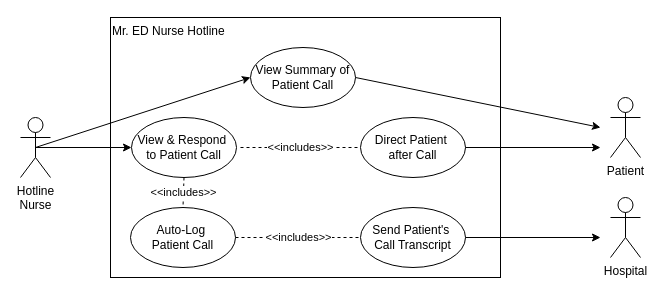
Above: AmirWork/M1/Nurse_Hotline_UseCaseDiagram.drawio in SENG-350-2024-fall/Team9 (draw.io), before the change. Source tidied: cells renumbered, new cells numbered last; positions are measured from the earlier drawing's top-left corner, leaving out a move shared by most shapes. Both pictures are drawn from the tidied source at 100%, with x=0, y=0 at pixel (20, 17).
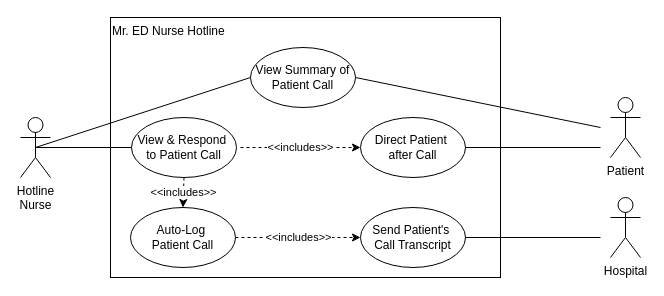
The same page after the edit.

Unchanged cells that the change refers to:
```xml
<mxCell id="3" value="Hotline&lt;div&gt;&lt;span style=&quot;background-color: initial;&quot;&gt;Nurse&lt;/span&gt;&lt;/div&gt;" style="shape=umlActor;verticalLabelPosition=bottom;verticalAlign=top;html=1;outlineConnect=0;align=center;" parent="1" vertex="1">
  <mxGeometry y="100" width="30" height="60" as="geometry" />
</mxCell>
<mxCell id="4" value="View &amp;amp; Respond&amp;nbsp;&lt;div&gt;to Patient Call&lt;/div&gt;" style="ellipse;whiteSpace=wrap;html=1;" parent="1" vertex="1">
  <mxGeometry x="111" y="100" width="105" height="60" as="geometry" />
</mxCell>
<mxCell id="5" value="View Summary of Patient Call" style="ellipse;whiteSpace=wrap;html=1;" parent="1" vertex="1">
  <mxGeometry x="230" y="30" width="105" height="60" as="geometry" />
</mxCell>
<mxCell id="6" value="Auto-Log&amp;nbsp;&lt;br&gt;Patient Call" style="ellipse;whiteSpace=wrap;html=1;" parent="1" vertex="1">
  <mxGeometry x="110" y="190" width="105" height="60" as="geometry" />
</mxCell>
<mxCell id="7" value="Send Patient's&amp;nbsp;&lt;div&gt;Call Transcript&lt;/div&gt;" style="ellipse;whiteSpace=wrap;html=1;" parent="1" vertex="1">
  <mxGeometry x="340" y="190" width="105" height="60" as="geometry" />
</mxCell>
<mxCell id="8" value="&lt;div&gt;Direct Patient&amp;nbsp;&lt;/div&gt;&lt;div&gt;after Call&lt;/div&gt;" style="ellipse;whiteSpace=wrap;html=1;" parent="1" vertex="1">
  <mxGeometry x="340" y="100" width="105" height="60" as="geometry" />
</mxCell>
```

Change to the diagram source:
```diff
@@
-    <mxCell id="9" style="endArrow=classic;html=1;rounded=0;entryX=0;entryY=0.5;entryDx=0;entryDy=0;exitX=0.5;exitY=0.5;exitDx=0;exitDy=0;exitPerimeter=0;textOpacity=0;" parent="1" edge="1" source="3" target="4">
+    <mxCell id="9" style="endArrow=none;html=1;rounded=0;entryX=0;entryY=0.5;entryDx=0;entryDy=0;exitX=0.5;exitY=0.5;exitDx=0;exitDy=0;exitPerimeter=0;textOpacity=0;endFill=0;" parent="1" edge="1" source="3" target="4">
       <mxGeometry relative="1" as="geometry" />
     </mxCell>
-    <mxCell id="10" style="endArrow=classic;html=1;rounded=0;entryX=0;entryY=0.5;entryDx=0;entryDy=0;exitX=0.5;exitY=0.5;exitDx=0;exitDy=0;exitPerimeter=0;" parent="1" edge="1" source="3" target="5">
+    <mxCell id="10" style="endArrow=none;html=1;rounded=0;entryX=0;entryY=0.5;entryDx=0;entryDy=0;exitX=0.5;exitY=0.5;exitDx=0;exitDy=0;exitPerimeter=0;endFill=0;" parent="1" edge="1" source="3" target="5">
       <mxGeometry relative="1" as="geometry" />
     </mxCell>
-    <mxCell id="11" value="&amp;lt;&amp;lt;includes&amp;gt;&amp;gt;" style="endArrow=none;dashed=1;html=1;rounded=0;entryX=0;entryY=0.5;entryDx=0;entryDy=0;exitX=1;exitY=0.5;exitDx=0;exitDy=0;" parent="1" edge="1" source="6" target="7">
+    <mxCell id="11" value="&amp;lt;&amp;lt;includes&amp;gt;&amp;gt;" style="endArrow=classic;dashed=1;html=1;rounded=0;entryX=0;entryY=0.5;entryDx=0;entryDy=0;exitX=1;exitY=0.5;exitDx=0;exitDy=0;endFill=1;" parent="1" edge="1" source="6" target="7">
       <mxGeometry relative="1" as="geometry" />
     </mxCell>
-    <mxCell id="12" value="&amp;lt;&amp;lt;includes&amp;gt;&amp;gt;" style="endArrow=none;dashed=1;html=1;rounded=0;entryX=0;entryY=0.5;entryDx=0;entryDy=0;" parent="1" edge="1" target="8">
+    <mxCell id="12" value="&amp;lt;&amp;lt;includes&amp;gt;&amp;gt;" style="endArrow=classic;dashed=1;html=1;rounded=0;entryX=0;entryY=0.5;entryDx=0;entryDy=0;endFill=1;" parent="1" edge="1" target="8">
       <mxGeometry relative="1" as="geometry">
         <mxPoint x="220" y="130" as="sourcePoint" />
       </mxGeometry>
     </mxCell>
-    <mxCell id="13" value="&amp;lt;&amp;lt;includes&amp;gt;&amp;gt;" style="endArrow=none;dashed=1;html=1;rounded=0;entryX=0.5;entryY=0;entryDx=0;entryDy=0;exitX=0.5;exitY=1;exitDx=0;exitDy=0;" parent="1" edge="1" source="4" target="6">
+    <mxCell id="13" value="&amp;lt;&amp;lt;includes&amp;gt;&amp;gt;" style="endArrow=classic;dashed=1;html=1;rounded=0;entryX=0.5;entryY=0;entryDx=0;entryDy=0;exitX=0.5;exitY=1;exitDx=0;exitDy=0;endFill=1;" parent="1" edge="1" source="4" target="6">
       <mxGeometry relative="1" as="geometry" />
     </mxCell>
@@
-    <mxCell id="15" style="endArrow=classic;html=1;rounded=0;exitX=1;exitY=0.5;exitDx=0;exitDy=0;" parent="1" edge="1" source="8">
+    <mxCell id="15" style="endArrow=none;html=1;rounded=0;exitX=1;exitY=0.5;exitDx=0;exitDy=0;endFill=0;" parent="1" edge="1" source="8">
       <mxGeometry relative="1" as="geometry">
         <mxPoint x="580" y="130" as="targetPoint" />
       </mxGeometry>
     </mxCell>
@@
-    <mxCell id="17" style="endArrow=classic;html=1;rounded=0;exitX=1;exitY=0.5;exitDx=0;exitDy=0;" parent="1" edge="1" source="7">
+    <mxCell id="17" style="endArrow=none;html=1;rounded=0;exitX=1;exitY=0.5;exitDx=0;exitDy=0;endFill=0;" parent="1" edge="1" source="7">
       <mxGeometry relative="1" as="geometry">
         <mxPoint x="580" y="220" as="targetPoint" />
       </mxGeometry>
     </mxCell>
-    <mxCell id="18" style="endArrow=classic;html=1;rounded=0;exitX=1;exitY=0.5;exitDx=0;exitDy=0;" parent="1" edge="1" source="5">
+    <mxCell id="18" style="endArrow=none;html=1;rounded=0;exitX=1;exitY=0.5;exitDx=0;exitDy=0;endFill=0;" parent="1" edge="1" source="5">
       <mxGeometry relative="1" as="geometry">
         <mxPoint x="580" y="110" as="targetPoint" />
       </mxGeometry>
     </mxCell>
```
